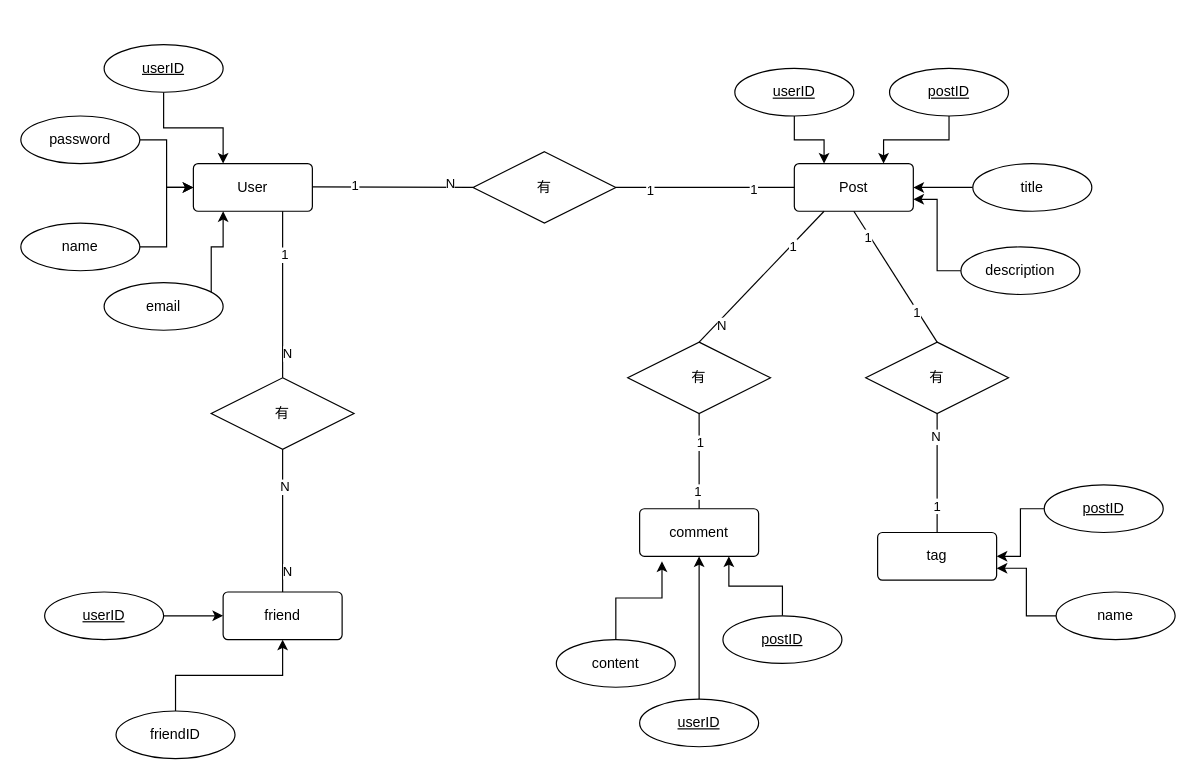
Before: 資料庫專題.drawio in Hakxep-wuqpuk-hyrze8/Flowchart, a draw.io diagram. Source tidied: cells renumbered, new cells numbered last; positions are measured from the earlier drawing's top-left corner, leaving out a move shared by most shapes. Both pictures are drawn from the tidied source at 119%, with x=0, y=0 at pixel (20, 44).
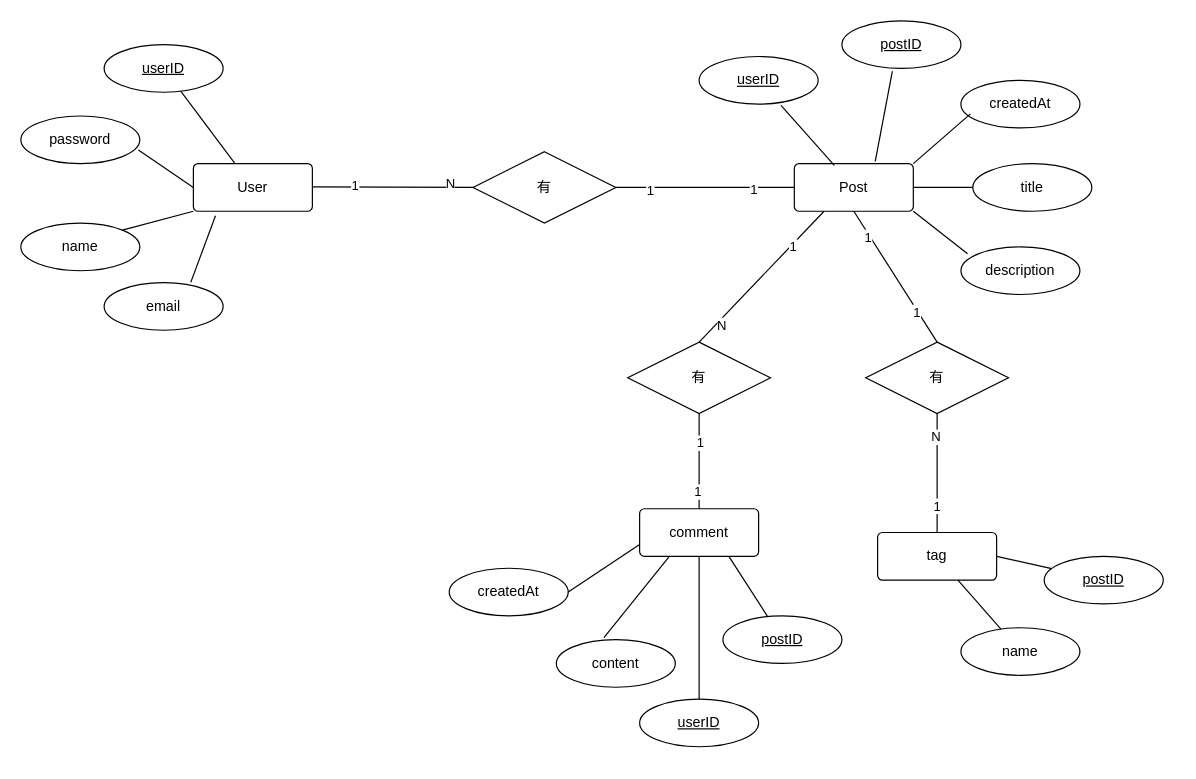
After the change.

Commit message:
資料庫專題.drawio

Unchanged cells that the change refers to:
```xml
<mxCell id="3" value="name&lt;span id=&quot;docs-internal-guid-c04d8e55-7fff-e13b-721e-d48469350705&quot;&gt;&lt;/span&gt;" style="ellipse;whiteSpace=wrap;html=1;align=center;" parent="1" vertex="1">
  <mxGeometry y="150" width="100" height="40" as="geometry" />
</mxCell>
<mxCell id="5" value="User" style="rounded=1;arcSize=10;whiteSpace=wrap;html=1;align=center;" parent="1" vertex="1">
  <mxGeometry x="145" y="100" width="100" height="40" as="geometry" />
</mxCell>
<mxCell id="7" value="userID" style="ellipse;whiteSpace=wrap;html=1;align=center;fontStyle=4;" parent="1" vertex="1">
  <mxGeometry x="70" width="100" height="40" as="geometry" />
</mxCell>
<mxCell id="9" value="password&lt;span id=&quot;docs-internal-guid-c04d8e55-7fff-e13b-721e-d48469350705&quot;&gt;&lt;/span&gt;" style="ellipse;whiteSpace=wrap;html=1;align=center;" parent="1" vertex="1">
  <mxGeometry y="60" width="100" height="40" as="geometry" />
</mxCell>
<mxCell id="11" value="email&lt;span id=&quot;docs-internal-guid-c04d8e55-7fff-e13b-721e-d48469350705&quot;&gt;&lt;/span&gt;" style="ellipse;whiteSpace=wrap;html=1;align=center;" parent="1" vertex="1">
  <mxGeometry x="70" y="200" width="100" height="40" as="geometry" />
</mxCell>
<mxCell id="15" value="Post" style="rounded=1;arcSize=10;whiteSpace=wrap;html=1;align=center;" parent="1" vertex="1">
  <mxGeometry x="650" y="100" width="100" height="40" as="geometry" />
</mxCell>
<mxCell id="24" value="title&lt;span id=&quot;docs-internal-guid-c04d8e55-7fff-e13b-721e-d48469350705&quot;&gt;&lt;/span&gt;" style="ellipse;whiteSpace=wrap;html=1;align=center;" parent="1" vertex="1">
  <mxGeometry x="800" y="100" width="100" height="40" as="geometry" />
</mxCell>
<mxCell id="26" value="description&lt;span id=&quot;docs-internal-guid-c04d8e55-7fff-e13b-721e-d48469350705&quot;&gt;&lt;/span&gt;" style="ellipse;whiteSpace=wrap;html=1;align=center;" parent="1" vertex="1">
  <mxGeometry x="790" y="170" width="100" height="40" as="geometry" />
</mxCell>
<mxCell id="27" value="tag" style="rounded=1;arcSize=10;whiteSpace=wrap;html=1;align=center;" parent="1" vertex="1">
  <mxGeometry x="720" y="410" width="100" height="40" as="geometry" />
</mxCell>
<mxCell id="43" value="comment" style="rounded=1;arcSize=10;whiteSpace=wrap;html=1;align=center;" parent="1" vertex="1">
  <mxGeometry x="520" y="390" width="100" height="40" as="geometry" />
</mxCell>
<mxCell id="45" value="postID" style="ellipse;whiteSpace=wrap;html=1;align=center;fontStyle=4;" parent="1" vertex="1">
  <mxGeometry x="590" y="480" width="100" height="40" as="geometry" />
</mxCell>
<mxCell id="47" value="userID" style="ellipse;whiteSpace=wrap;html=1;align=center;fontStyle=4;" parent="1" vertex="1">
  <mxGeometry x="520" y="550" width="100" height="40" as="geometry" />
</mxCell>
<mxCell id="49" value="content" style="ellipse;whiteSpace=wrap;html=1;align=center;" parent="1" vertex="1">
  <mxGeometry x="450" y="500" width="100" height="40" as="geometry" />
</mxCell>
```

Change to the diagram source:
```diff
@@
-    <mxCell id="2" style="edgeStyle=orthogonalEdgeStyle;rounded=0;jettySize=auto;html=1;entryX=0;entryY=0.5;entryDx=0;entryDy=0;" parent="1" edge="1" source="3" target="5">
-      <mxGeometry relative="1" as="geometry" />
-    </mxCell>
@@
-    <mxCell id="6" style="edgeStyle=orthogonalEdgeStyle;rounded=0;jettySize=auto;html=1;entryX=0.25;entryY=0;entryDx=0;entryDy=0;" parent="1" edge="1" source="7" target="5">
-      <mxGeometry relative="1" as="geometry" />
-    </mxCell>
@@
-    <mxCell id="8" style="edgeStyle=orthogonalEdgeStyle;rounded=0;jettySize=auto;html=1;entryX=0;entryY=0.5;entryDx=0;entryDy=0;" parent="1" edge="1" source="9" target="5">
-      <mxGeometry relative="1" as="geometry" />
-    </mxCell>
@@
-    <mxCell id="10" style="edgeStyle=orthogonalEdgeStyle;rounded=0;jettySize=auto;html=1;entryX=0.25;entryY=1;entryDx=0;entryDy=0;" parent="1" edge="1" source="11" target="5">
-      <mxGeometry relative="1" as="geometry">
-        <Array as="points">
-          <mxPoint x="160" y="170" />
-          <mxPoint x="170" y="170" />
-        </Array>
-      </mxGeometry>
-    </mxCell>
@@
-    <mxCell id="19" style="edgeStyle=orthogonalEdgeStyle;rounded=0;jettySize=auto;html=1;entryX=0.25;entryY=0;entryDx=0;entryDy=0;" parent="1" edge="1" source="20" target="15">
-      <mxGeometry relative="1" as="geometry" />
-    </mxCell>
     <mxCell id="20" value="userID" style="ellipse;whiteSpace=wrap;html=1;align=center;fontStyle=4;" parent="1" vertex="1">
-      <mxGeometry x="600" y="20" width="100" height="40" as="geometry" />
+      <mxGeometry x="570" y="10" width="100" height="40" as="geometry" />
     </mxCell>
-    <mxCell id="21" style="edgeStyle=orthogonalEdgeStyle;rounded=0;jettySize=auto;html=1;entryX=0.75;entryY=0;entryDx=0;entryDy=0;" parent="1" edge="1" source="22" target="15">
-      <mxGeometry relative="1" as="geometry" />
-    </mxCell>
     <mxCell id="22" value="postID" style="ellipse;whiteSpace=wrap;html=1;align=center;fontStyle=4;" parent="1" vertex="1">
-      <mxGeometry x="730" y="20" width="100" height="40" as="geometry" />
+      <mxGeometry x="690" y="-20" width="100" height="40" as="geometry" />
     </mxCell>
-    <mxCell id="23" style="edgeStyle=orthogonalEdgeStyle;rounded=0;jettySize=auto;html=1;" parent="1" edge="1" source="24" target="15">
-      <mxGeometry relative="1" as="geometry" />
-    </mxCell>
@@
-    <mxCell id="25" style="edgeStyle=orthogonalEdgeStyle;rounded=0;jettySize=auto;html=1;entryX=1;entryY=0.75;entryDx=0;entryDy=0;" parent="1" edge="1" source="26" target="15">
-      <mxGeometry relative="1" as="geometry" />
-    </mxCell>
@@
-    <mxCell id="35" style="edgeStyle=orthogonalEdgeStyle;rounded=0;jettySize=auto;html=1;" parent="1" edge="1" source="36" target="27">
-      <mxGeometry relative="1" as="geometry" />
-    </mxCell>
     <mxCell id="36" value="postID" style="ellipse;whiteSpace=wrap;html=1;align=center;fontStyle=4;" parent="1" vertex="1">
-      <mxGeometry x="860" y="370" width="100" height="40" as="geometry" />
+      <mxGeometry x="860" y="430" width="100" height="40" as="geometry" />
     </mxCell>
-    <mxCell id="37" style="edgeStyle=orthogonalEdgeStyle;rounded=0;jettySize=auto;html=1;entryX=1;entryY=0.75;entryDx=0;entryDy=0;" parent="1" edge="1" source="38" target="27">
-      <mxGeometry relative="1" as="geometry" />
-    </mxCell>
     <mxCell id="38" value="name&lt;span id=&quot;docs-internal-guid-c04d8e55-7fff-e13b-721e-d48469350705&quot;&gt;&lt;/span&gt;" style="ellipse;whiteSpace=wrap;html=1;align=center;" parent="1" vertex="1">
-      <mxGeometry x="870" y="460" width="100" height="40" as="geometry" />
+      <mxGeometry x="790" y="490" width="100" height="40" as="geometry" />
     </mxCell>
@@
-    <mxCell id="44" style="edgeStyle=orthogonalEdgeStyle;rounded=0;jettySize=auto;html=1;entryX=0.75;entryY=1;entryDx=0;entryDy=0;" parent="1" edge="1" source="45" target="43">
-      <mxGeometry relative="1" as="geometry" />
-    </mxCell>
@@
-    <mxCell id="46" style="edgeStyle=orthogonalEdgeStyle;rounded=0;jettySize=auto;html=1;" parent="1" edge="1" source="47">
-      <mxGeometry relative="1" as="geometry">
-        <mxPoint x="570" y="430" as="targetPoint" />
-        <Array as="points">
-          <mxPoint x="570" y="430" />
-        </Array>
-      </mxGeometry>
-    </mxCell>
@@
-    <mxCell id="48" style="edgeStyle=orthogonalEdgeStyle;rounded=0;jettySize=auto;html=1;entryX=0.188;entryY=1.105;entryDx=0;entryDy=0;entryPerimeter=0;" parent="1" edge="1" source="49" target="43">
-      <mxGeometry relative="1" as="geometry" />
-    </mxCell>
@@
-    <mxCell id="53" value="有" style="shape=rhombus;perimeter=rhombusPerimeter;whiteSpace=wrap;html=1;align=center;" parent="1" vertex="1">
-      <mxGeometry x="160" y="280" width="120" height="60" as="geometry" />
-    </mxCell>
-    <mxCell id="54" style="endArrow=none;html=1;rounded=0;entryX=0.5;entryY=0;entryDx=0;entryDy=0;exitX=0.75;exitY=1;exitDx=0;exitDy=0;" parent="1" edge="1" source="5" target="53">
-      <mxGeometry relative="1" as="geometry" />
-    </mxCell>
-    <mxCell id="55" value="1" style="edgeLabel;html=1;align=center;verticalAlign=middle;" parent="54" vertex="1">
-      <mxGeometry x="-0.48" y="1" relative="1" as="geometry" />
-    </mxCell>
-    <mxCell id="56" value="N" style="edgeLabel;html=1;align=center;verticalAlign=middle;" parent="54" vertex="1">
-      <mxGeometry x="0.7" y="3" relative="1" as="geometry" />
-    </mxCell>
-    <mxCell id="57" value="friend" style="rounded=1;arcSize=10;whiteSpace=wrap;html=1;align=center;" parent="1" vertex="1">
-      <mxGeometry x="170" y="460" width="100" height="40" as="geometry" />
-    </mxCell>
-    <mxCell id="58" style="endArrow=none;html=1;rounded=0;entryX=0.5;entryY=0;entryDx=0;entryDy=0;exitX=0.5;exitY=1;exitDx=0;exitDy=0;" parent="1" edge="1" source="53" target="57">
-      <mxGeometry relative="1" as="geometry" />
-    </mxCell>
-    <mxCell id="59" value="N" style="edgeLabel;html=1;align=center;verticalAlign=middle;" parent="58" vertex="1">
-      <mxGeometry x="-0.48" y="1" relative="1" as="geometry" />
-    </mxCell>
-    <mxCell id="60" value="N" style="edgeLabel;html=1;align=center;verticalAlign=middle;" parent="58" vertex="1">
-      <mxGeometry x="0.7" y="3" relative="1" as="geometry" />
-    </mxCell>
-    <mxCell id="61" style="edgeStyle=orthogonalEdgeStyle;rounded=0;jettySize=auto;html=1;" parent="1" edge="1" source="62" target="57">
-      <mxGeometry relative="1" as="geometry" />
-    </mxCell>
-    <mxCell id="62" value="userID" style="ellipse;whiteSpace=wrap;html=1;align=center;fontStyle=4;" parent="1" vertex="1">
-      <mxGeometry x="20" y="460" width="100" height="40" as="geometry" />
-    </mxCell>
-    <mxCell id="63" style="edgeStyle=orthogonalEdgeStyle;rounded=0;jettySize=auto;html=1;entryX=0.5;entryY=1;entryDx=0;entryDy=0;" parent="1" edge="1" source="64" target="57">
-      <mxGeometry relative="1" as="geometry" />
-    </mxCell>
-    <mxCell id="64" value="friendID&lt;span id=&quot;docs-internal-guid-c04d8e55-7fff-e13b-721e-d48469350705&quot;&gt;&lt;/span&gt;" style="ellipse;whiteSpace=wrap;html=1;align=center;" parent="1" vertex="1">
-      <mxGeometry x="80" y="560" width="100" height="40" as="geometry" />
-    </mxCell>
+    <mxCell id="19" style="endArrow=none;html=1;rounded=0;exitX=0.688;exitY=1.025;exitDx=0;exitDy=0;exitPerimeter=0;entryX=0.336;entryY=0.035;entryDx=0;entryDy=0;entryPerimeter=0;" parent="1" edge="1" source="20" target="15">
+      <mxGeometry relative="1" as="geometry" />
+    </mxCell>
+    <mxCell id="21" style="endArrow=none;html=1;rounded=0;exitX=0.424;exitY=1.055;exitDx=0;exitDy=0;entryX=0.68;entryY=-0.045;entryDx=0;entryDy=0;entryPerimeter=0;exitPerimeter=0;" parent="1" edge="1" source="22" target="15">
+      <mxGeometry relative="1" as="geometry" />
+    </mxCell>
+    <mxCell id="23" style="endArrow=none;html=1;rounded=0;exitX=0;exitY=0.5;exitDx=0;exitDy=0;entryX=1;entryY=0.5;entryDx=0;entryDy=0;" parent="1" edge="1" source="24" target="15">
+      <mxGeometry relative="1" as="geometry" />
+    </mxCell>
+    <mxCell id="25" style="endArrow=none;html=1;rounded=0;exitX=0.056;exitY=0.145;exitDx=0;exitDy=0;entryX=1;entryY=1;entryDx=0;entryDy=0;exitPerimeter=0;" parent="1" edge="1" source="26" target="15">
+      <mxGeometry relative="1" as="geometry" />
+    </mxCell>
+    <mxCell id="65" style="endArrow=none;html=1;rounded=0;" parent="1" edge="1" source="5" target="7">
+      <mxGeometry relative="1" as="geometry" />
+    </mxCell>
+    <mxCell id="66" style="endArrow=none;html=1;rounded=0;entryX=0.988;entryY=0.715;entryDx=0;entryDy=0;entryPerimeter=0;exitX=0;exitY=0.5;exitDx=0;exitDy=0;" parent="1" edge="1" source="5" target="9">
+      <mxGeometry relative="1" as="geometry" />
+    </mxCell>
+    <mxCell id="67" style="endArrow=none;html=1;rounded=0;entryX=1;entryY=0;entryDx=0;entryDy=0;exitX=0;exitY=1;exitDx=0;exitDy=0;" parent="1" edge="1" source="5" target="3">
+      <mxGeometry relative="1" as="geometry" />
+    </mxCell>
+    <mxCell id="68" style="endArrow=none;html=1;rounded=0;entryX=0.728;entryY=-0.005;entryDx=0;entryDy=0;entryPerimeter=0;exitX=0.186;exitY=1.095;exitDx=0;exitDy=0;exitPerimeter=0;" parent="1" edge="1" source="5" target="11">
+      <mxGeometry relative="1" as="geometry" />
+    </mxCell>
+    <mxCell id="69" style="endArrow=none;html=1;rounded=0;entryX=0.4;entryY=-0.043;entryDx=0;entryDy=0;entryPerimeter=0;exitX=0.25;exitY=1;exitDx=0;exitDy=0;" parent="1" edge="1" source="43" target="49">
+      <mxGeometry relative="1" as="geometry" />
+    </mxCell>
+    <mxCell id="70" value="createdAt&lt;span id=&quot;docs-internal-guid-c04d8e55-7fff-e13b-721e-d48469350705&quot;&gt;&lt;/span&gt;" style="ellipse;whiteSpace=wrap;html=1;align=center;" parent="1" vertex="1">
+      <mxGeometry x="790" y="30" width="100" height="40" as="geometry" />
+    </mxCell>
+    <mxCell id="71" style="endArrow=none;html=1;rounded=0;exitX=1;exitY=0;exitDx=0;exitDy=0;entryX=0.08;entryY=0.705;entryDx=0;entryDy=0;entryPerimeter=0;" parent="1" edge="1" source="15" target="70">
+      <mxGeometry relative="1" as="geometry" />
+    </mxCell>
+    <mxCell id="37" style="endArrow=none;html=1;rounded=0;" parent="1" edge="1" source="38" target="27">
+      <mxGeometry relative="1" as="geometry" />
+    </mxCell>
+    <mxCell id="35" style="endArrow=none;html=1;rounded=0;entryX=1;entryY=0.5;entryDx=0;entryDy=0;" parent="1" edge="1" source="36" target="27">
+      <mxGeometry relative="1" as="geometry" />
+    </mxCell>
+    <mxCell id="72" style="endArrow=none;html=1;rounded=0;entryX=0.5;entryY=0;entryDx=0;entryDy=0;exitX=0.5;exitY=1;exitDx=0;exitDy=0;" parent="1" edge="1" source="43" target="47">
+      <mxGeometry relative="1" as="geometry" />
+    </mxCell>
+    <mxCell id="73" style="endArrow=none;html=1;rounded=0;exitX=0.75;exitY=1;exitDx=0;exitDy=0;" parent="1" edge="1" source="43" target="45">
+      <mxGeometry relative="1" as="geometry" />
+    </mxCell>
+    <mxCell id="74" value="createdAt&lt;span id=&quot;docs-internal-guid-c04d8e55-7fff-e13b-721e-d48469350705&quot;&gt;&lt;/span&gt;" style="ellipse;whiteSpace=wrap;html=1;align=center;" parent="1" vertex="1">
+      <mxGeometry x="360" y="440" width="100" height="40" as="geometry" />
+    </mxCell>
+    <mxCell id="75" style="endArrow=none;html=1;rounded=0;entryX=1;entryY=0.5;entryDx=0;entryDy=0;exitX=0;exitY=0.75;exitDx=0;exitDy=0;" parent="1" edge="1" source="43" target="74">
+      <mxGeometry relative="1" as="geometry" />
+    </mxCell>
```
